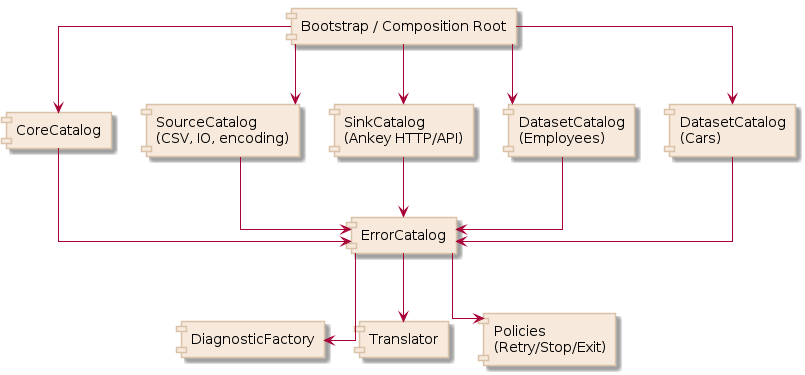
Above: docs/uml/pipeline/diagnostic_layer/diagnostic_layer_components.png in xORex-LC/nexus-etl (PlantUML), before the change. Its source is kept beside it as docs/uml/pipeline/diagnostic_layer/diagnostic_layer_components.puml. Source of this version:
```plantuml
@startuml
set namespaceSeparator none
skinparam componentStyle rectangle
skinparam backgroundColor white
skinparam linetype ortho
skinparam defaultFontName Arial
skinparam component {
  BackgroundColor #f7e9dc
  BorderColor #d9c2a8
}

component "Bootstrap / Composition Root" as boot

component "CoreCatalog" as core
component "SourceCatalog\n(CSV, IO, encoding)" as src
component "SinkCatalog\n(Ankey HTTP/API)" as sink
component "DatasetCatalog\n(Employees)" as emp
component "DatasetCatalog\n(Cars)" as cars

component "ErrorCatalog" as catalog
component "DiagnosticFactory" as factory
component "Translator" as translator
component "Policies\n(Retry/Stop/Exit)" as policy

boot --> core
boot --> src
boot --> sink
boot --> emp
boot --> cars

core --> catalog
src --> catalog
sink --> catalog
emp --> catalog
cars --> catalog

catalog --> factory
catalog --> translator
catalog --> policy
@enduml
```
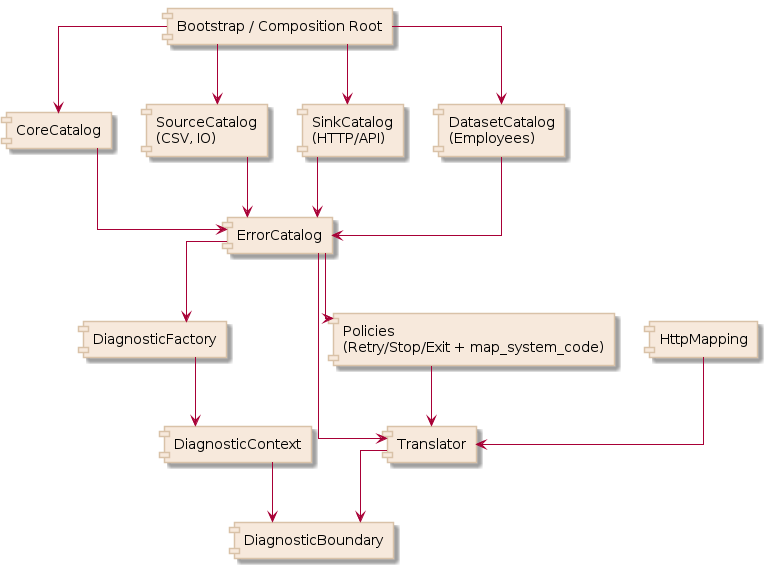
After the change.

Diff of the diagram source:
```diff
@@ -12,29 +12,35 @@
 component "Bootstrap / Composition Root" as boot
 
 component "CoreCatalog" as core
-component "SourceCatalog\n(CSV, IO, encoding)" as src
-component "SinkCatalog\n(Ankey HTTP/API)" as sink
+component "SourceCatalog\n(CSV, IO)" as src
+component "SinkCatalog\n(HTTP/API)" as sink
 component "DatasetCatalog\n(Employees)" as emp
-component "DatasetCatalog\n(Cars)" as cars
 
 component "ErrorCatalog" as catalog
 component "DiagnosticFactory" as factory
+component "DiagnosticContext" as ctx
 component "Translator" as translator
-component "Policies\n(Retry/Stop/Exit)" as policy
+component "HttpMapping" as httpmap
+component "Policies\n(Retry/Stop/Exit + map_system_code)" as policy
+component "DiagnosticBoundary" as boundary
 
 boot --> core
 boot --> src
 boot --> sink
 boot --> emp
-boot --> cars
 
 core --> catalog
 src --> catalog
 sink --> catalog
 emp --> catalog
-cars --> catalog
 
 catalog --> factory
+factory --> ctx
 catalog --> translator
+httpmap --> translator
 catalog --> policy
+policy --> translator
+
+translator --> boundary
+ctx --> boundary
 @enduml
```
